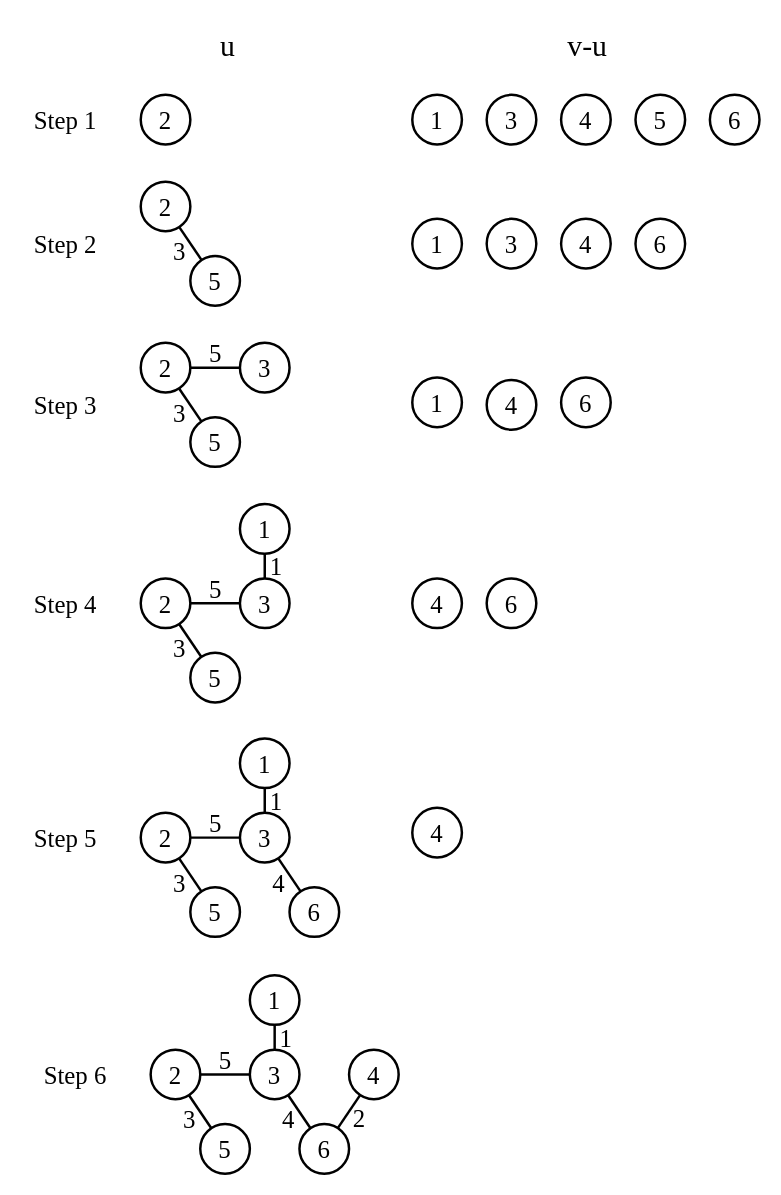
This is 10/10-3.drawio from Wankupi/figures, a draw.io file, before an edit. Source tidied: cells renumbered, new cells numbered last; positions are measured from the earlier drawing's top-left corner, leaving out a move shared by most shapes. Both pictures are drawn from the tidied source at 124%, with x=0, y=0 at pixel (21, 21).
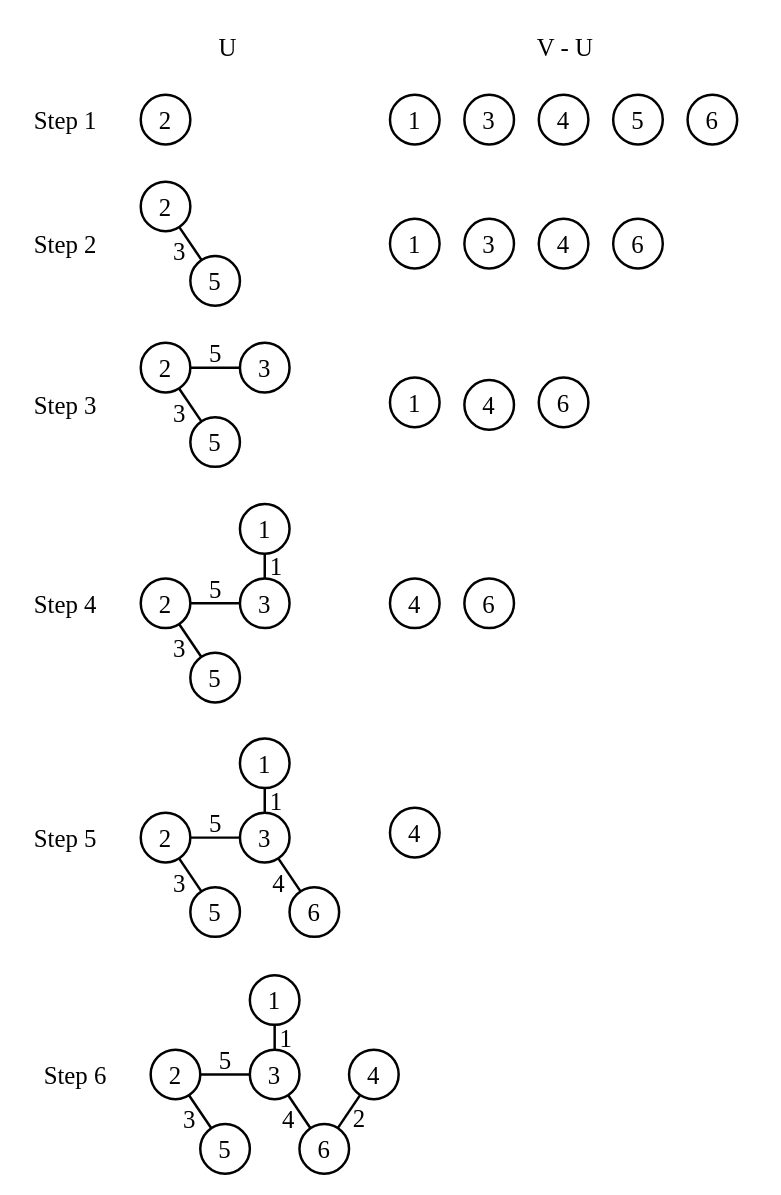
The same diagram, later.

Unchanged cells that the change refers to:
```xml
<mxCell id="2" style="group;" parent="1" vertex="1">
  <mxGeometry width="595" height="929" as="geometry" />
</mxCell>
<mxCell id="3" style="group;" parent="2" vertex="1">
  <mxGeometry y="59" width="595" height="870" as="geometry" />
</mxCell>
```

Diff of the diagram source:
```diff
@@
     <mxCell id="4" value="&lt;font style=&quot;font-size: 20px;&quot; face=&quot;Times New Roman&quot;&gt;6&lt;/font&gt;" style="ellipse;whiteSpace=wrap;html=1;strokeWidth=2;" parent="3" vertex="1">
-      <mxGeometry x="495" y="100" width="40" height="40" as="geometry" />
+      <mxGeometry x="477" y="100" width="40" height="40" as="geometry" />
     </mxCell>
     <mxCell id="5" value="&lt;font style=&quot;font-size: 20px;&quot; face=&quot;Times New Roman&quot;&gt;4&lt;/font&gt;" style="ellipse;whiteSpace=wrap;html=1;strokeWidth=2;" parent="3" vertex="1">
-      <mxGeometry x="435" y="100" width="40" height="40" as="geometry" />
+      <mxGeometry x="417" y="100" width="40" height="40" as="geometry" />
     </mxCell>
@@
     <mxCell id="7" value="&lt;font style=&quot;font-size: 20px;&quot; face=&quot;Times New Roman&quot;&gt;3&lt;/font&gt;" style="ellipse;whiteSpace=wrap;html=1;strokeWidth=2;" parent="3" vertex="1">
-      <mxGeometry x="375" width="40" height="40" as="geometry" />
+      <mxGeometry x="357" width="40" height="40" as="geometry" />
     </mxCell>
     <mxCell id="8" value="&lt;font style=&quot;font-size: 20px;&quot; face=&quot;Times New Roman&quot;&gt;4&lt;/font&gt;" style="ellipse;whiteSpace=wrap;html=1;strokeWidth=2;" parent="3" vertex="1">
-      <mxGeometry x="435" width="40" height="40" as="geometry" />
+      <mxGeometry x="417" width="40" height="40" as="geometry" />
     </mxCell>
     <mxCell id="9" value="&lt;font style=&quot;font-size: 20px;&quot; face=&quot;Times New Roman&quot;&gt;5&lt;/font&gt;" style="ellipse;whiteSpace=wrap;html=1;strokeWidth=2;" parent="3" vertex="1">
-      <mxGeometry x="495" width="40" height="40" as="geometry" />
+      <mxGeometry x="477" width="40" height="40" as="geometry" />
     </mxCell>
     <mxCell id="10" value="&lt;font style=&quot;font-size: 20px;&quot; face=&quot;Times New Roman&quot;&gt;6&lt;/font&gt;" style="ellipse;whiteSpace=wrap;html=1;strokeWidth=2;" parent="3" vertex="1">
-      <mxGeometry x="555" width="40" height="40" as="geometry" />
+      <mxGeometry x="537" width="40" height="40" as="geometry" />
     </mxCell>
@@
     <mxCell id="12" value="&lt;font style=&quot;font-size: 20px;&quot; face=&quot;Times New Roman&quot;&gt;1&lt;/font&gt;" style="ellipse;whiteSpace=wrap;html=1;strokeWidth=2;" parent="3" vertex="1">
-      <mxGeometry x="315" width="40" height="40" as="geometry" />
+      <mxGeometry x="297" width="40" height="40" as="geometry" />
     </mxCell>
     <mxCell id="13" value="&lt;font style=&quot;font-size: 20px;&quot; face=&quot;Times New Roman&quot;&gt;1&lt;/font&gt;" style="ellipse;whiteSpace=wrap;html=1;strokeWidth=2;" parent="3" vertex="1">
-      <mxGeometry x="315" y="100" width="40" height="40" as="geometry" />
+      <mxGeometry x="297" y="100" width="40" height="40" as="geometry" />
     </mxCell>
     <mxCell id="14" value="&lt;font style=&quot;font-size: 20px;&quot; face=&quot;Times New Roman&quot;&gt;3&lt;/font&gt;" style="ellipse;whiteSpace=wrap;html=1;strokeWidth=2;" parent="3" vertex="1">
-      <mxGeometry x="375" y="100" width="40" height="40" as="geometry" />
+      <mxGeometry x="357" y="100" width="40" height="40" as="geometry" />
     </mxCell>
@@
     <mxCell id="21" value="&lt;font style=&quot;font-size: 20px;&quot; face=&quot;Times New Roman&quot;&gt;1&lt;/font&gt;" style="ellipse;whiteSpace=wrap;html=1;strokeWidth=2;" parent="3" vertex="1">
-      <mxGeometry x="315" y="228" width="40" height="40" as="geometry" />
+      <mxGeometry x="297" y="228" width="40" height="40" as="geometry" />
     </mxCell>
     <mxCell id="22" value="&lt;font style=&quot;font-size: 20px;&quot; face=&quot;Times New Roman&quot;&gt;4&lt;/font&gt;" style="ellipse;whiteSpace=wrap;html=1;strokeWidth=2;" parent="3" vertex="1">
-      <mxGeometry x="375" y="230" width="40" height="40" as="geometry" />
+      <mxGeometry x="357" y="230" width="40" height="40" as="geometry" />
     </mxCell>
     <mxCell id="23" value="&lt;font style=&quot;font-size: 20px;&quot; face=&quot;Times New Roman&quot;&gt;6&lt;/font&gt;" style="ellipse;whiteSpace=wrap;html=1;strokeWidth=2;" parent="3" vertex="1">
-      <mxGeometry x="435" y="228" width="40" height="40" as="geometry" />
+      <mxGeometry x="417" y="228" width="40" height="40" as="geometry" />
     </mxCell>
@@
     <mxCell id="32" value="&lt;font style=&quot;font-size: 20px;&quot; face=&quot;Times New Roman&quot;&gt;4&lt;/font&gt;" style="ellipse;whiteSpace=wrap;html=1;strokeWidth=2;" parent="3" vertex="1">
-      <mxGeometry x="315" y="390" width="40" height="40" as="geometry" />
+      <mxGeometry x="297" y="390" width="40" height="40" as="geometry" />
     </mxCell>
     <mxCell id="33" value="&lt;font style=&quot;font-size: 20px;&quot; face=&quot;Times New Roman&quot;&gt;6&lt;/font&gt;" style="ellipse;whiteSpace=wrap;html=1;strokeWidth=2;" parent="3" vertex="1">
-      <mxGeometry x="375" y="390" width="40" height="40" as="geometry" />
+      <mxGeometry x="357" y="390" width="40" height="40" as="geometry" />
     </mxCell>
@@
     <mxCell id="45" value="&lt;font style=&quot;font-size: 20px;&quot; face=&quot;Times New Roman&quot;&gt;4&lt;/font&gt;" style="ellipse;whiteSpace=wrap;html=1;strokeWidth=2;" parent="3" vertex="1">
-      <mxGeometry x="315" y="575" width="40" height="40" as="geometry" />
+      <mxGeometry x="297" y="575" width="40" height="40" as="geometry" />
     </mxCell>
@@
-    <mxCell id="76" value="&lt;font style=&quot;font-size: 24px;&quot; face=&quot;Times New Roman&quot;&gt;u&lt;/font&gt;" style="text;html=1;align=center;verticalAlign=middle;strokeColor=none;fillColor=none;strokeWidth=2;" parent="2" vertex="1">
+    <mxCell id="76" value="&lt;font style=&quot;font-size: 20px;&quot; face=&quot;Times New Roman&quot;&gt;U&lt;/font&gt;" style="text;html=1;align=center;verticalAlign=middle;strokeColor=none;fillColor=none;strokeWidth=2;" parent="2" vertex="1">
       <mxGeometry x="146" width="40" height="40" as="geometry" />
     </mxCell>
-    <mxCell id="77" value="&lt;font style=&quot;font-size: 24px;&quot; face=&quot;Times New Roman&quot;&gt;v-u&lt;/font&gt;" style="text;html=1;align=center;verticalAlign=middle;strokeColor=none;fillColor=none;strokeWidth=2;" parent="2" vertex="1">
-      <mxGeometry x="426" width="60" height="40" as="geometry" />
+    <mxCell id="77" value="&lt;font style=&quot;font-size: 20px;&quot; face=&quot;Times New Roman&quot;&gt;V - U&lt;/font&gt;" style="text;html=1;align=center;verticalAlign=middle;strokeColor=none;fillColor=none;strokeWidth=2;" parent="2" vertex="1">
+      <mxGeometry x="403" width="70" height="40" as="geometry" />
     </mxCell>
```
